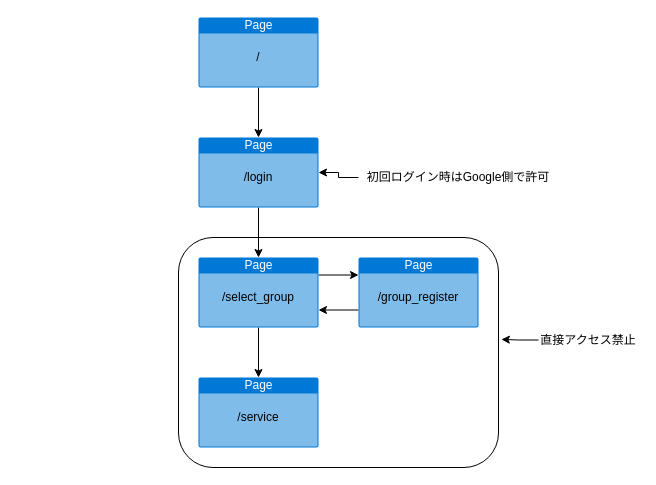
Above: page.dio in nt16145/Remote_Chat (draw.io), before the change. Source tidied: cells renumbered, new cells numbered last; positions are measured from the earlier drawing's top-left corner, leaving out a move shared by most shapes. Both pictures are drawn from the tidied source at 100%, with x=0, y=0 at pixel (178, 17).
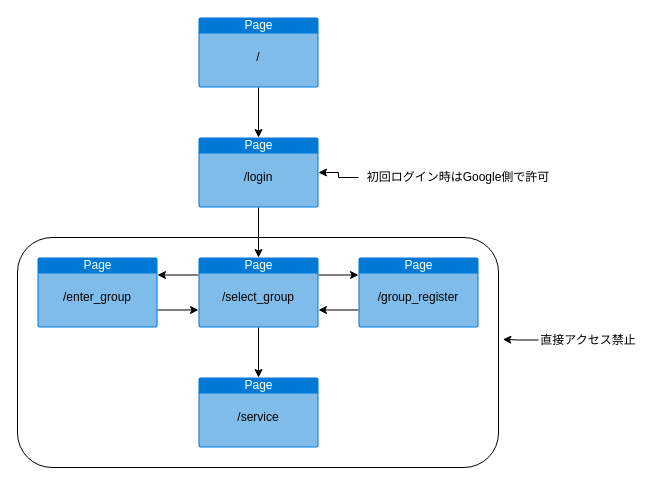
Above is the later version.

Unchanged cells that the change refers to:
```xml
<mxCell id="9" value="Page" style="html=1;strokeColor=none;fillColor=#0079D6;labelPosition=center;verticalLabelPosition=middle;verticalAlign=top;align=center;fontSize=12;outlineConnect=0;spacingTop=-6;fontColor=#FFFFFF;shape=mxgraph.sitemap.page;" parent="1" vertex="1">
  <mxGeometry x="20" y="240" width="120" height="70" as="geometry" />
</mxCell>
```

What changed in the source:
```diff
@@
     <mxCell id="2" style="rounded=1;whiteSpace=wrap;html=1;" parent="1" vertex="1">
-      <mxGeometry y="220" width="320" height="230" as="geometry" />
+      <mxGeometry x="-161" y="220" width="481" height="230" as="geometry" />
     </mxCell>
@@
+    <mxCell id="22" style="edgeStyle=orthogonalEdgeStyle;rounded=0;jettySize=auto;html=1;exitX=0;exitY=0.25;exitDx=0;exitDy=0;exitPerimeter=0;entryX=1;entryY=0.25;entryDx=0;entryDy=0;entryPerimeter=0;" parent="1" edge="1" source="9" target="24">
+      <mxGeometry relative="1" as="geometry" />
+    </mxCell>
@@
+    <mxCell id="23" style="edgeStyle=orthogonalEdgeStyle;rounded=0;jettySize=auto;html=1;exitX=1;exitY=0.75;exitDx=0;exitDy=0;exitPerimeter=0;entryX=0;entryY=0.75;entryDx=0;entryDy=0;entryPerimeter=0;" parent="1" edge="1" source="24" target="9">
+      <mxGeometry relative="1" as="geometry" />
+    </mxCell>
+    <mxCell id="24" value="Page" style="html=1;strokeColor=none;fillColor=#0079D6;labelPosition=center;verticalLabelPosition=middle;verticalAlign=top;align=center;fontSize=12;outlineConnect=0;spacingTop=-6;fontColor=#FFFFFF;shape=mxgraph.sitemap.page;" parent="1" vertex="1">
+      <mxGeometry x="-141" y="240" width="120" height="70" as="geometry" />
+    </mxCell>
+    <mxCell id="25" value="&lt;font color=&quot;#000000&quot;&gt;/enter_group&lt;/font&gt;" style="text;html=1;strokeColor=none;fillColor=none;align=center;verticalAlign=middle;whiteSpace=wrap;rounded=0;" parent="1" vertex="1">
+      <mxGeometry x="-101" y="270" width="40" height="20" as="geometry" />
+    </mxCell>
```
